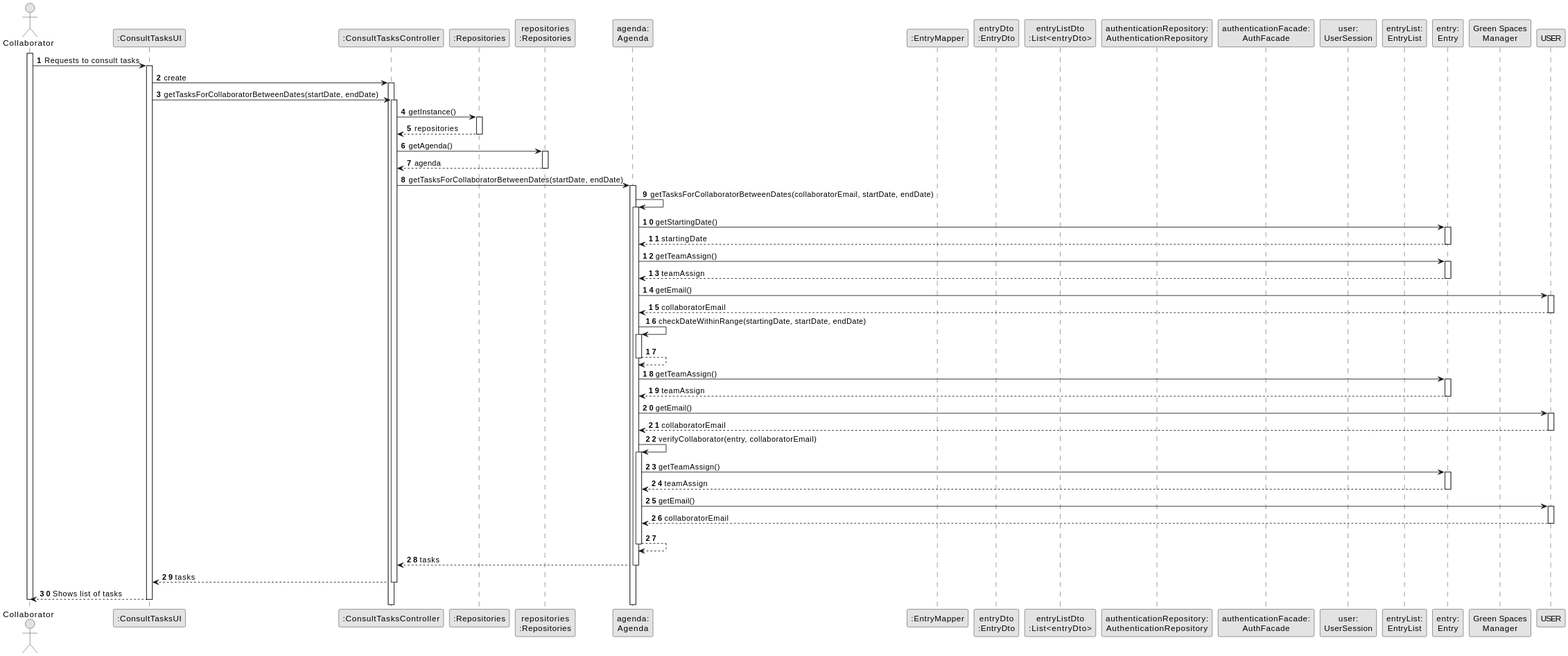
Before: docs/sprintA&B&C/us028/03.design/svg/us028-sequence-diagram-full.svg, a diagram exported from PlantUML (daniel41silva05/ISEP_2023_2024_LAPR2).
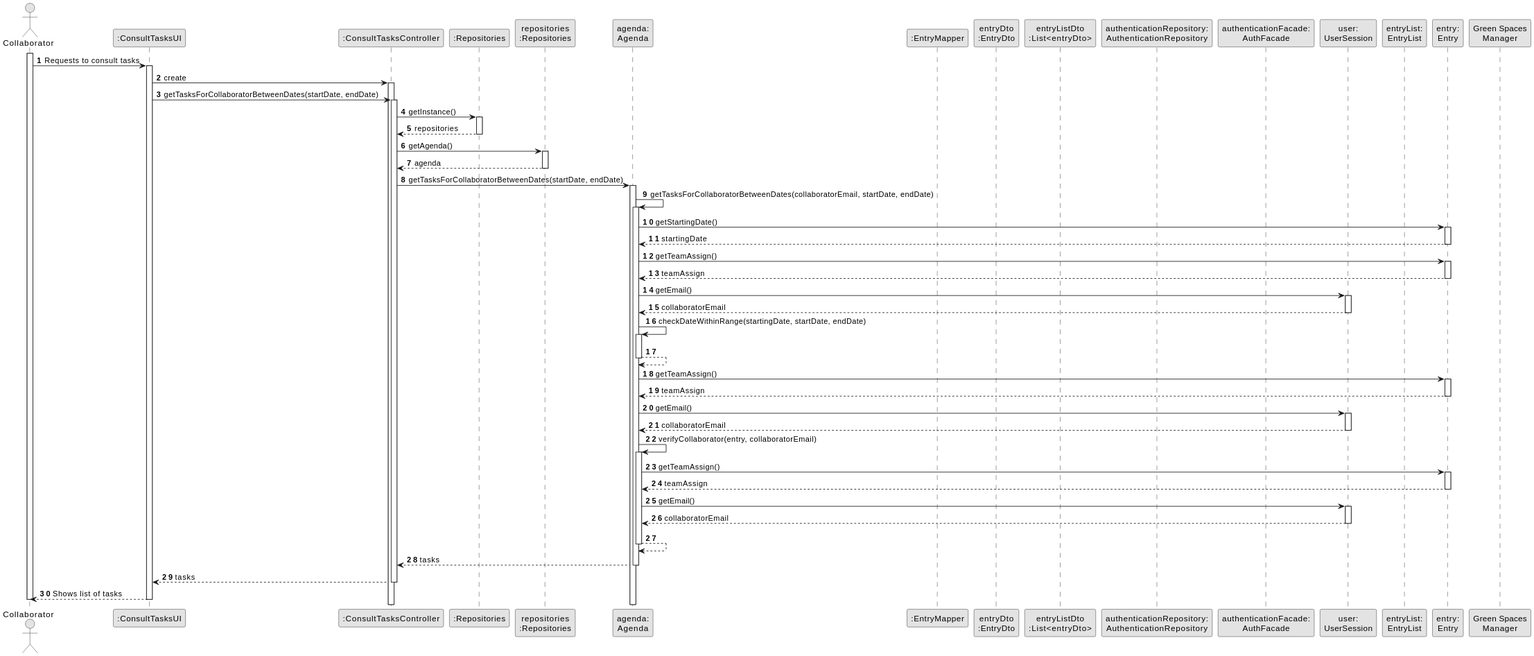
Later version of the same file.

Commit message:
US28 Sequence Diagram Correction

What changed in the source:
```diff
@@ -62,11 +62,11 @@
                 ENTRY --> AGENDA : teamAssign
                 deactivate ENTRY
 
-                AGENDA -> USER : getEmail()
-                activate USER
+                AGENDA -> user : getEmail()
+                activate user
 
-                USER --> AGENDA : collaboratorEmail
-                deactivate USER
+                user --> AGENDA : collaboratorEmail
+                deactivate user
 
                 AGENDA -> AGENDA : checkDateWithinRange(startingDate, startDate, endDate)
                 activate AGENDA
@@ -80,11 +80,11 @@
                 ENTRY --> AGENDA : teamAssign
                 deactivate ENTRY
 
-                AGENDA -> USER : getEmail()
-                activate USER
+                AGENDA -> user : getEmail()
+                activate user
 
-                USER --> AGENDA : collaboratorEmail
-                deactivate USER
+                user --> AGENDA : collaboratorEmail
+                deactivate user
 
                 AGENDA -> AGENDA : verifyCollaborator(entry, collaboratorEmail)
                 activate AGENDA
@@ -95,11 +95,11 @@
                     ENTRY --> AGENDA : teamAssign
                     deactivate ENTRY
 
-                    AGENDA -> USER : getEmail()
-                    activate USER
+                    AGENDA -> user : getEmail()
+                    activate user
 
-                    USER --> AGENDA : collaboratorEmail
-                    deactivate USER
+                    user --> AGENDA : collaboratorEmail
+                    deactivate user
 
                 AGENDA --> AGENDA
                 deactivate AGENDA
```
